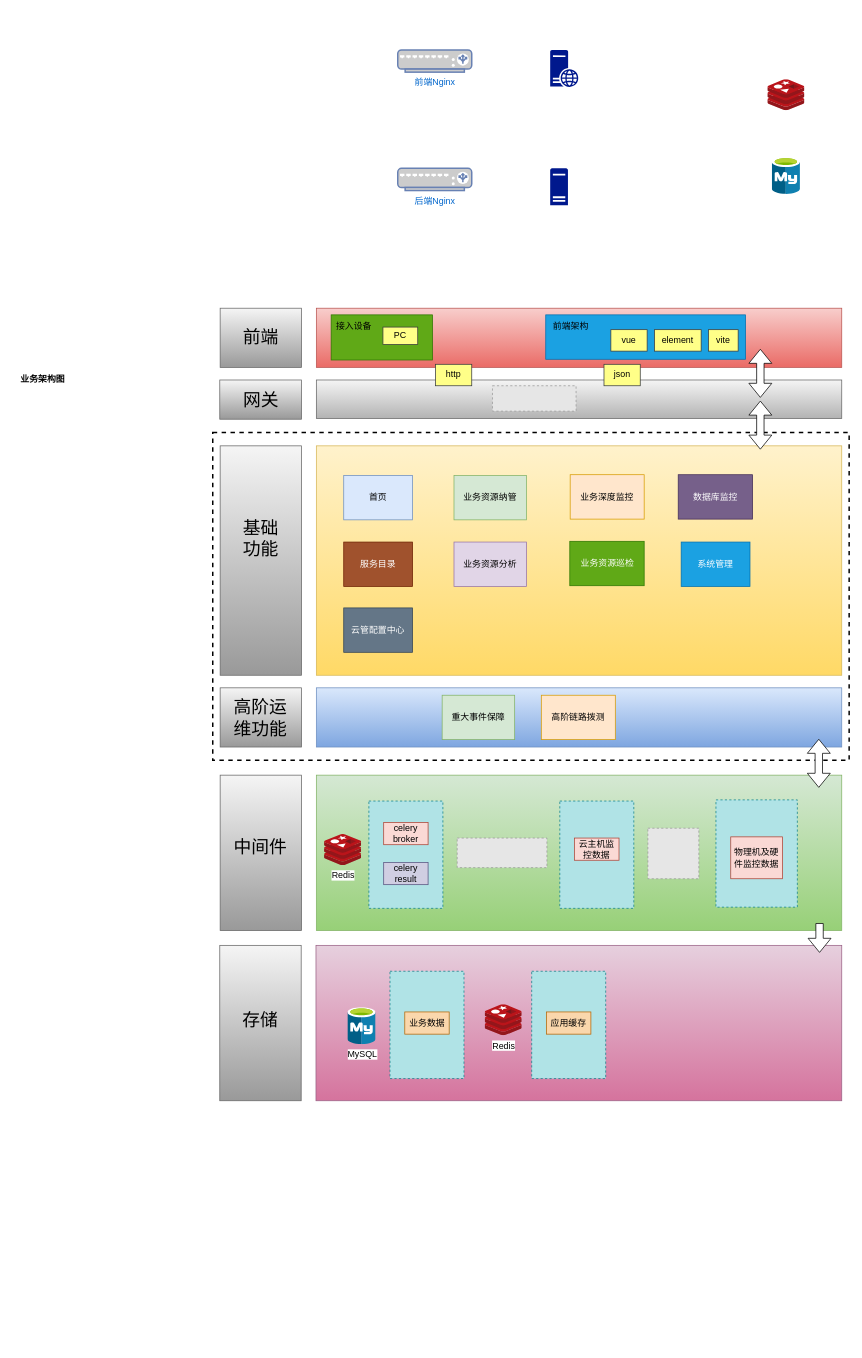
Before: 云管家.drawio in WilliamWanCN/WilliamWanCN.github.io, a draw.io diagram. Source tidied: cells renumbered, new cells numbered last; positions are measured from the earlier drawing's top-left corner, leaving out a move shared by most shapes. Both pictures are drawn from the tidied source at 74%, with x=0, y=0 at pixel (13, 50). Pictures stored in the file or linked from it are replaced by grey dashed boxes.
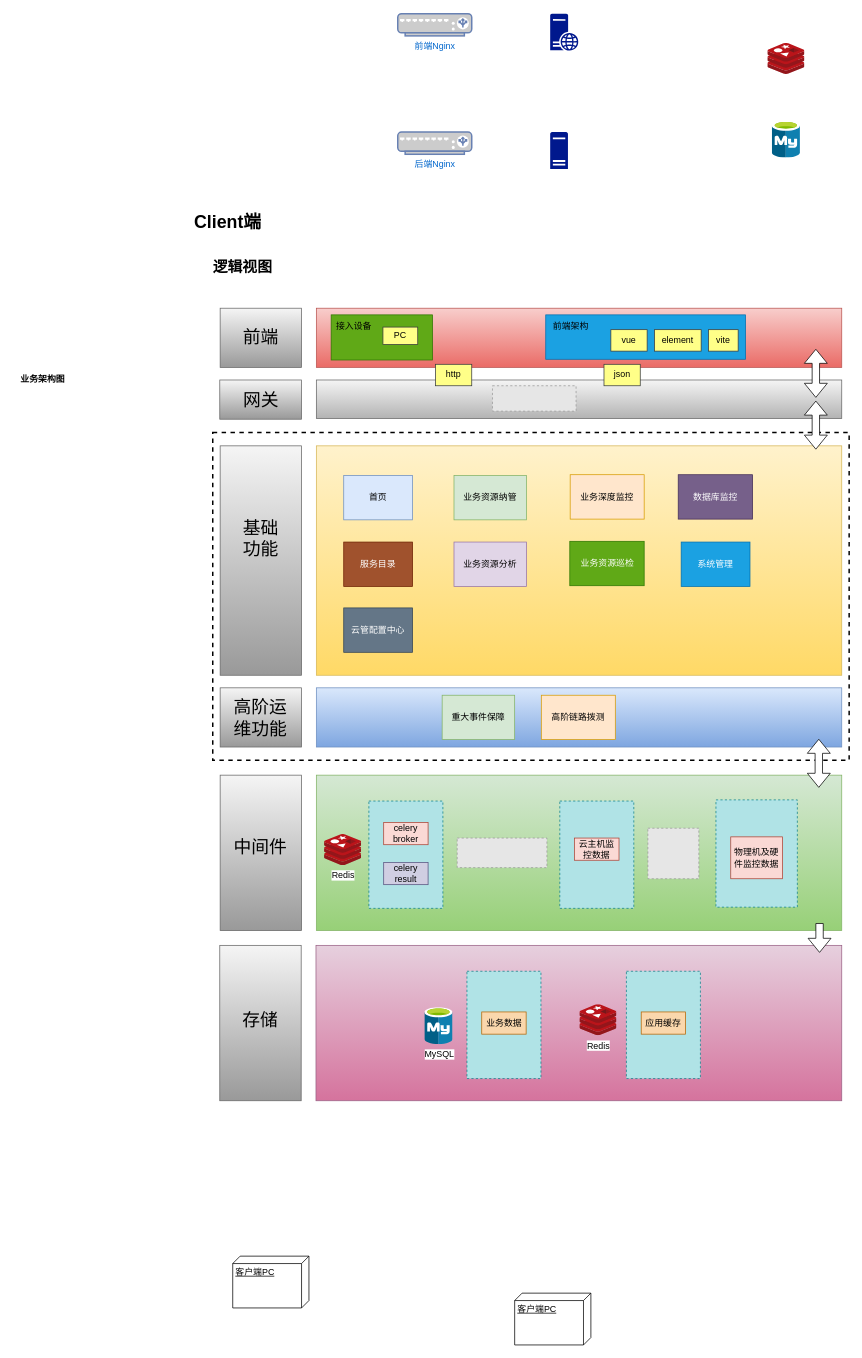
The same page after the edit.

Commit message (it also covers changes not shown here):
更新云管家.drawio

Change to the diagram source:
```diff
@@
     <mxCell id="8" value="前端Nginx" style="fontColor=#0066CC;verticalAlign=top;verticalLabelPosition=bottom;labelPosition=center;align=center;html=1;fillColor=#CCCCCC;strokeColor=#6881B3;gradientColor=none;gradientDirection=north;strokeWidth=2;shape=mxgraph.networks.load_balancer;" parent="1" vertex="1">
-      <mxGeometry x="520" width="100" height="30" as="geometry" />
+      <mxGeometry x="520" y="-49" width="100" height="30" as="geometry" />
     </mxCell>
     <mxCell id="9" value="后端Nginx" style="fontColor=#0066CC;verticalAlign=top;verticalLabelPosition=bottom;labelPosition=center;align=center;html=1;fillColor=#CCCCCC;strokeColor=#6881B3;gradientColor=none;gradientDirection=north;strokeWidth=2;shape=mxgraph.networks.load_balancer;" parent="1" vertex="1">
-      <mxGeometry x="520" y="160" width="100" height="30" as="geometry" />
+      <mxGeometry x="520" y="111" width="100" height="30" as="geometry" />
     </mxCell>
     <mxCell id="10" style="image;sketch=0;html=1;align=center;fontSize=12;image=img/lib/mscae/Cache_Redis_Product.svg;" parent="1" vertex="1">
-      <mxGeometry x="1020" y="40" width="50" height="42" as="geometry" />
+      <mxGeometry x="1020" y="-9" width="50" height="42" as="geometry" />
     </mxCell>
     <mxCell id="11" style="image;sketch=0;html=1;align=center;fontSize=12;image=img/lib/mscae/Azure_Database_for_MySQL_servers.svg;" parent="1" vertex="1">
-      <mxGeometry x="1026" y="145" width="38" height="50" as="geometry" />
+      <mxGeometry x="1026" y="96" width="38" height="50" as="geometry" />
     </mxCell>
     <mxCell id="12" style="sketch=0;shadow=0;dashed=0;html=1;strokeColor=none;labelPosition=center;verticalLabelPosition=bottom;verticalAlign=top;align=center;fillColor=#00188D;shape=mxgraph.mscae.enterprise.web_server;" parent="1" vertex="1">
-      <mxGeometry x="726" width="38" height="50" as="geometry" />
+      <mxGeometry x="726" y="-49" width="38" height="50" as="geometry" />
     </mxCell>
     <mxCell id="13" style="sketch=0;shadow=0;dashed=0;html=1;strokeColor=none;labelPosition=center;verticalLabelPosition=bottom;verticalAlign=top;align=center;fillColor=#00188D;shape=mxgraph.mscae.enterprise.server_generic;" parent="1" vertex="1">
-      <mxGeometry x="726" y="160" width="24" height="50" as="geometry" />
+      <mxGeometry x="726" y="111" width="24" height="50" as="geometry" />
     </mxCell>
@@
     <mxCell id="39" style="rounded=0;whiteSpace=wrap;html=1;dashed=1;fillColor=#b0e3e6;strokeColor=#0e8088;" parent="1" vertex="1">
-      <mxGeometry x="509.5" y="1245" width="100" height="145" as="geometry" />
+      <mxGeometry x="613.5" y="1245" width="100" height="145" as="geometry" />
     </mxCell>
     <mxCell id="40" value="MySQL" style="image;sketch=0;html=1;align=center;fontSize=12;image=img/lib/mscae/Azure_Database_for_MySQL_servers.svg;" parent="1" vertex="1">
-      <mxGeometry x="452.5" y="1294" width="38" height="50" as="geometry" />
+      <mxGeometry x="556.5" y="1294" width="38" height="50" as="geometry" />
     </mxCell>
     <mxCell id="41" value="Redis" style="image;sketch=0;html=1;align=center;fontSize=12;image=img/lib/mscae/Cache_Redis_Product.svg;" parent="1" vertex="1">
-      <mxGeometry x="638" y="1290" width="50" height="42" as="geometry" />
+      <mxGeometry x="766" y="1290" width="50" height="42" as="geometry" />
     </mxCell>
     <mxCell id="42" style="rounded=0;whiteSpace=wrap;html=1;dashed=1;fillColor=#b0e3e6;strokeColor=#0e8088;" parent="1" vertex="1">
-      <mxGeometry x="701" y="1245" width="100" height="145" as="geometry" />
+      <mxGeometry x="829" y="1245" width="100" height="145" as="geometry" />
     </mxCell>
     <mxCell id="43" value="应用缓存" style="rounded=0;whiteSpace=wrap;html=1;fillColor=#fad7ac;strokeColor=#b46504;" parent="1" vertex="1">
-      <mxGeometry x="721" y="1300" width="60" height="30" as="geometry" />
+      <mxGeometry x="849" y="1300" width="60" height="30" as="geometry" />
     </mxCell>
     <mxCell id="44" value="业务数据" style="rounded=0;whiteSpace=wrap;html=1;fillColor=#fad7ac;strokeColor=#b46504;" parent="1" vertex="1">
-      <mxGeometry x="529.5" y="1300" width="60" height="30" as="geometry" />
+      <mxGeometry x="633.5" y="1300" width="60" height="30" as="geometry" />
     </mxCell>
@@
     <mxCell id="58" style="shape=flexArrow;endArrow=classic;startArrow=classic;html=1;rounded=0;fillColor=default;" parent="1" edge="1">
       <mxGeometry relative="1" as="geometry">
-        <mxPoint x="1010" y="470" as="sourcePoint" />
-        <mxPoint x="1010" y="404" as="targetPoint" />
+        <mxPoint x="1085" y="470" as="sourcePoint" />
+        <mxPoint x="1085" y="404" as="targetPoint" />
       </mxGeometry>
     </mxCell>
@@
     <mxCell id="60" style="shape=flexArrow;endArrow=classic;startArrow=classic;html=1;rounded=0;fillColor=default;" parent="1" edge="1">
       <mxGeometry relative="1" as="geometry">
-        <mxPoint x="1010" y="540" as="sourcePoint" />
-        <mxPoint x="1010" y="474" as="targetPoint" />
+        <mxPoint x="1085" y="540" as="sourcePoint" />
+        <mxPoint x="1085" y="474" as="targetPoint" />
       </mxGeometry>
     </mxCell>
@@
+    <mxCell id="68" value="&lt;b&gt;&lt;font style=&quot;font-size: 20px;&quot;&gt;逻辑视图&lt;/font&gt;&lt;/b&gt;" style="text;html=1;align=center;verticalAlign=middle;strokeColor=none;fillColor=none;" parent="1" vertex="1">
+      <mxGeometry x="260" y="273" width="100" height="40" as="geometry" />
+    </mxCell>
+    <mxCell id="69" value="客户端PC" style="verticalAlign=top;align=left;spacingTop=8;spacingLeft=2;spacingRight=12;shape=cube;size=10;direction=south;fontStyle=4;html=1;whiteSpace=wrap;" parent="1" vertex="1">
+      <mxGeometry x="297" y="1630" width="103" height="70" as="geometry" />
+    </mxCell>
+    <mxCell id="70" value="客户端PC" style="verticalAlign=top;align=left;spacingTop=8;spacingLeft=2;spacingRight=12;shape=cube;size=10;direction=south;fontStyle=4;html=1;whiteSpace=wrap;" parent="1" vertex="1">
+      <mxGeometry x="678" y="1680" width="103" height="70" as="geometry" />
+    </mxCell>
+    <mxCell id="71" value="&lt;b&gt;&lt;font style=&quot;font-size: 24px;&quot;&gt;Client端&lt;/font&gt;&lt;/b&gt;" style="text;html=1;align=center;verticalAlign=middle;strokeColor=none;fillColor=none;" parent="1" vertex="1">
+      <mxGeometry x="235" y="213" width="110" height="40" as="geometry" />
+    </mxCell>
```
